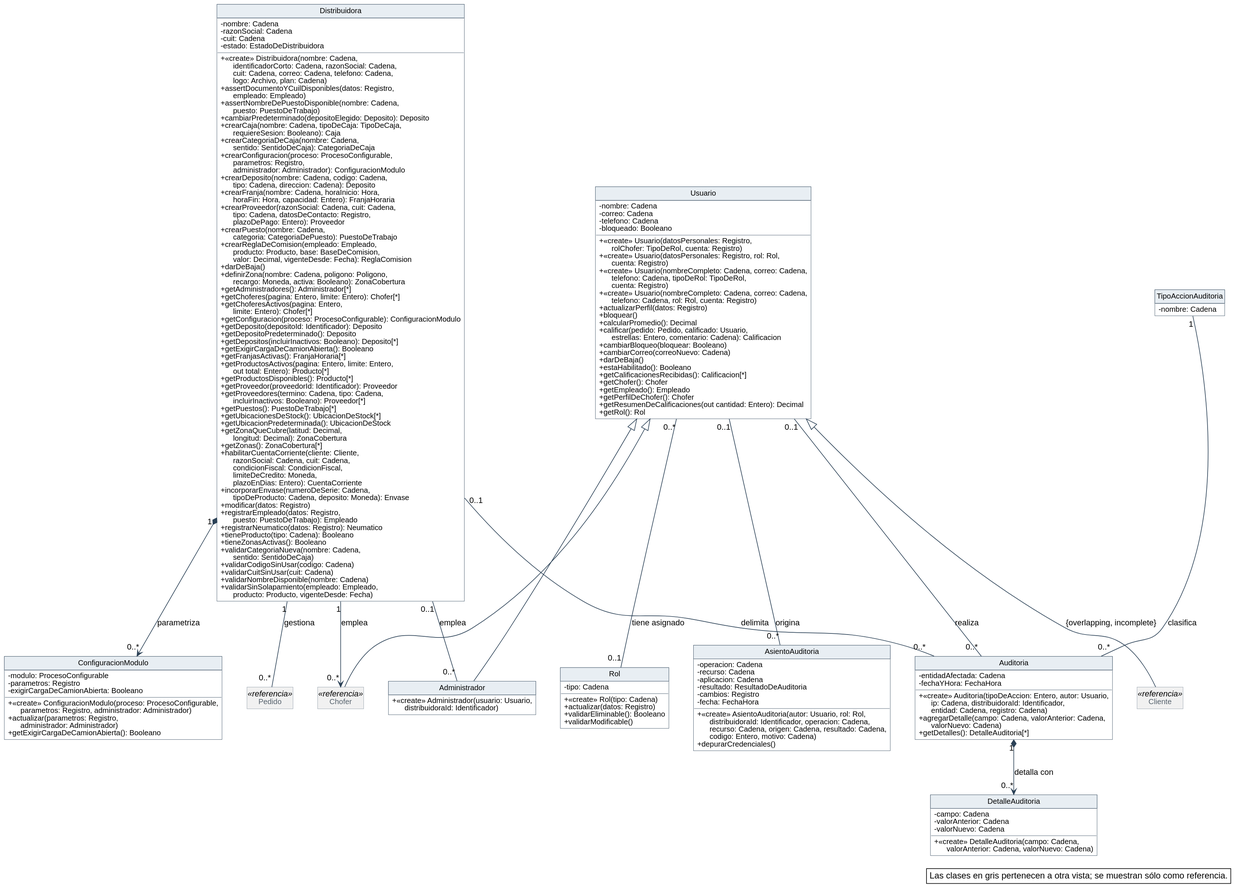
Earlier version of the PlantUML export diagramas/clases-diseno/DC_Organizacion-y-acceso.svg (Nahuelito-Dev/splg-docs).
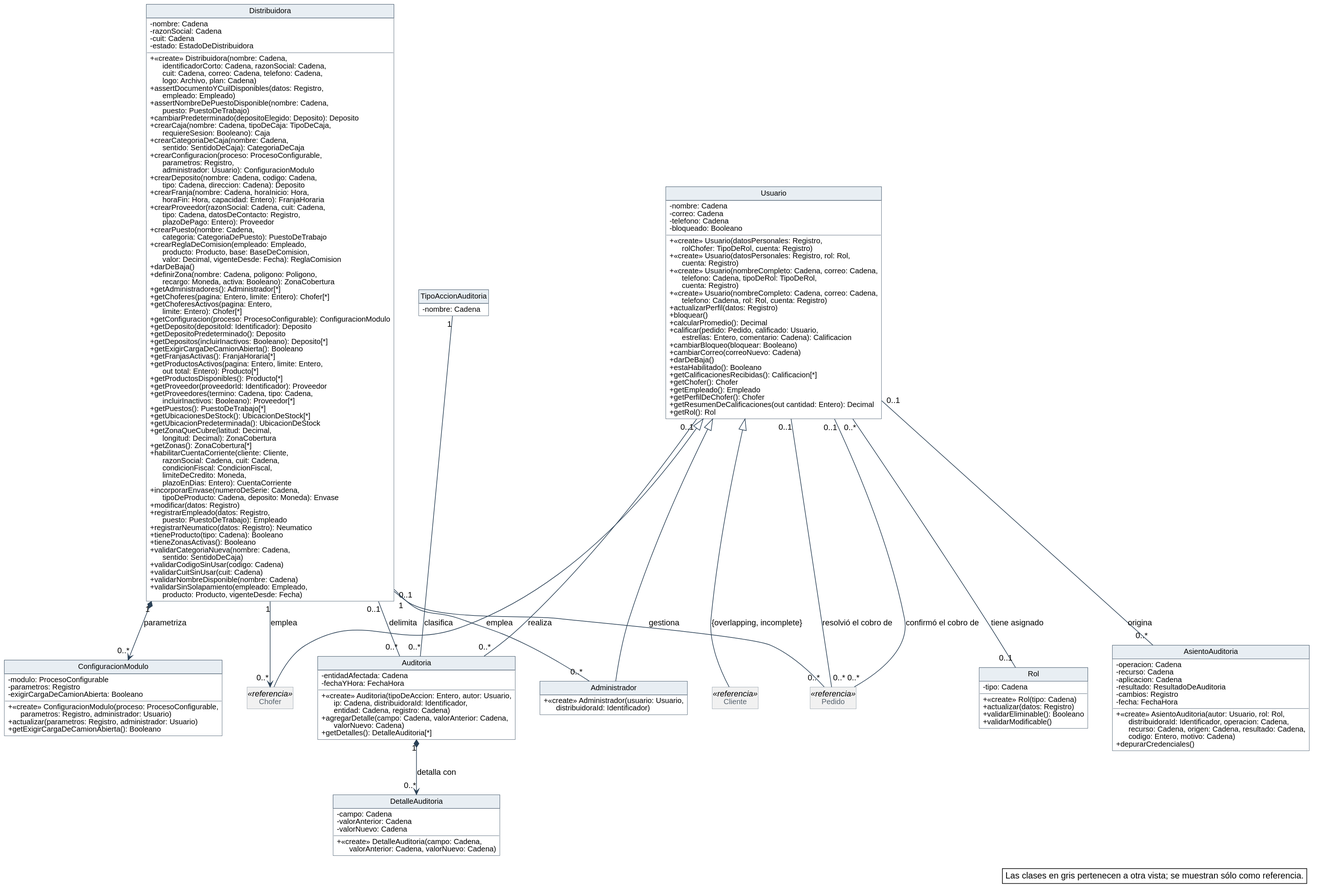
Above is the later version.

What changed in the source:
```diff
@@ -68,7 +68,7 @@
   + cambiarPredeterminado(depositoElegido: Deposito): Deposito
   + crearCaja(nombre: Cadena, tipoDeCaja: TipoDeCaja,\n      requiereSesion: Booleano): Caja
   + crearCategoriaDeCaja(nombre: Cadena,\n      sentido: SentidoDeCaja): CategoriaDeCaja
-  + crearConfiguracion(proceso: ProcesoConfigurable,\n      parametros: Registro,\n      administrador: Administrador): ConfiguracionModulo
+  + crearConfiguracion(proceso: ProcesoConfigurable,\n      parametros: Registro,\n      administrador: Usuario): ConfiguracionModulo
   + crearDeposito(nombre: Cadena, codigo: Cadena,\n      tipo: Cadena, direccion: Cadena): Deposito
   + crearFranja(nombre: Cadena, horaInicio: Hora,\n      horaFin: Hora, capacidad: Entero): FranjaHoraria
   + crearProveedor(razonSocial: Cadena, cuit: Cadena,\n      tipo: Cadena, datosDeContacto: Registro,\n      plazoDePago: Entero): Proveedor
@@ -111,8 +111,8 @@
   - modulo: ProcesoConfigurable
   - parametros: Registro
   - exigirCargaDeCamionAbierta: Booleano
-  + «create» ConfiguracionModulo(proceso: ProcesoConfigurable,\n      parametros: Registro, administrador: Administrador)
-  + actualizar(parametros: Registro,\n      administrador: Administrador)
+  + «create» ConfiguracionModulo(proceso: ProcesoConfigurable,\n      parametros: Registro, administrador: Usuario)
+  + actualizar(parametros: Registro, administrador: Usuario)
   + getExigirCargaDeCamionAbierta(): Booleano
 }
 class Usuario {
@@ -192,6 +192,8 @@
 Distribuidora "0..1" -- "0..*" Auditoria : delimita
 Auditoria "1" *--> "0..*" DetalleAuditoria : detalla con
 TipoAccionAuditoria "1" -- "0..*" Auditoria : clasifica
+Usuario "0..1" -- "0..*" Pedido : confirmó el cobro de
+Usuario "0..1" -- "0..*" Pedido : resolvió el cobro de
 
 legend bottom right
   Las clases en gris pertenecen a otra vista; se muestran sólo como referencia.
```
